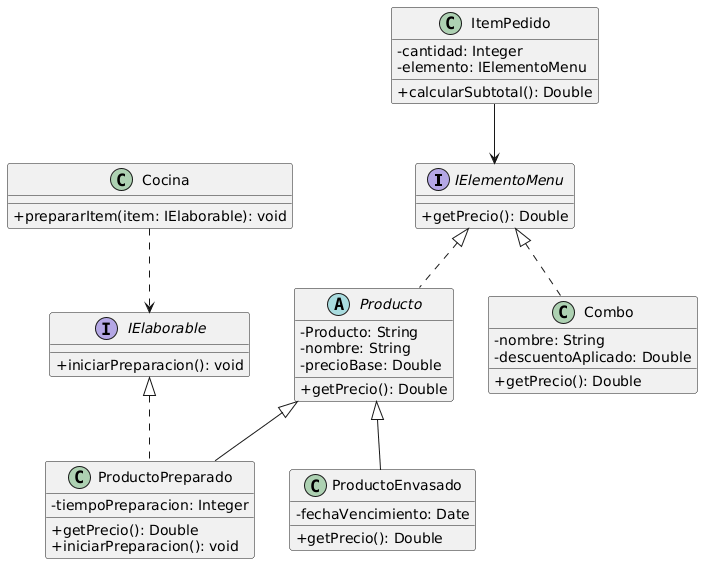
Above: diagramas/01-diagrama-clases/01-solid-03-lsp.png in eloeyhe/SistemaPedidos (PlantUML), before the change.
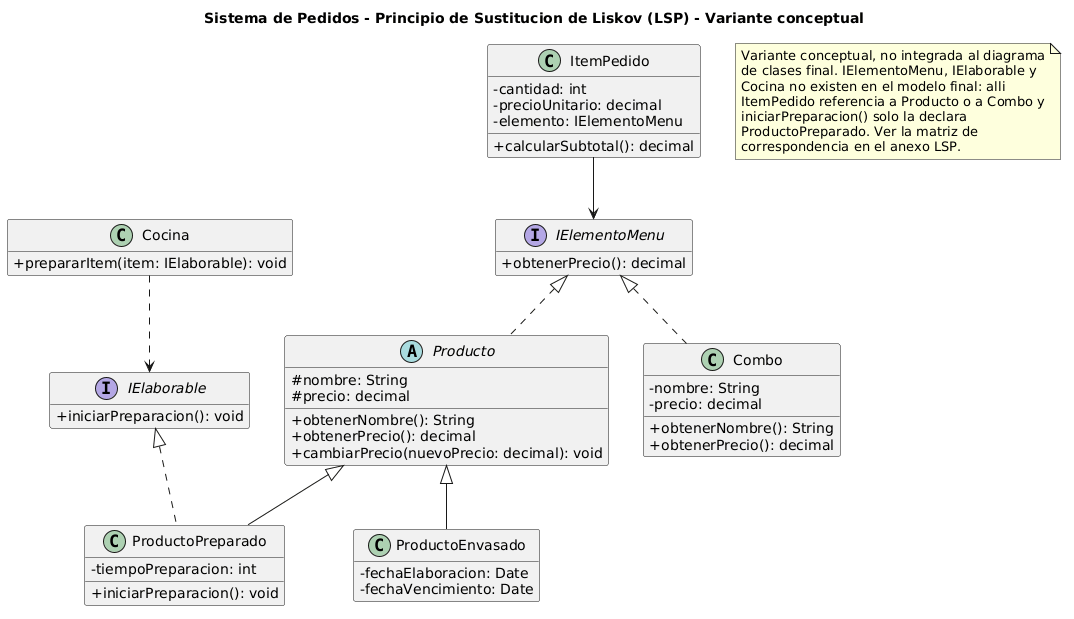
After the change.

Change to the diagram source:
```diff
@@ -1,20 +1,24 @@
 @startuml
+title Sistema de Pedidos - Principio de Sustitucion de Liskov (LSP) - Variante conceptual
+
 skinparam classAttributeIconSize 0
+hide empty members
 
 interface IElementoMenu {
-    + getPrecio(): Double
+    + obtenerPrecio(): decimal
 }
 
 abstract class Producto implements IElementoMenu {
-    - Producto: String
-    - nombre: String
-    - precioBase: Double
-    + getPrecio(): Double
+    # nombre: String
+    # precio: decimal
+    + obtenerNombre(): String
+    + obtenerPrecio(): decimal
+    + cambiarPrecio(nuevoPrecio: decimal): void
 }
 
 class ProductoEnvasado extends Producto {
+    - fechaElaboracion: Date
     - fechaVencimiento: Date
-    + getPrecio(): Double
 }
 
 interface IElaborable {
@@ -22,21 +26,22 @@
 }
 
 class ProductoPreparado extends Producto implements IElaborable {
-    - tiempoPreparacion: Integer
-    + getPrecio(): Double
+    - tiempoPreparacion: int
     + iniciarPreparacion(): void
 }
 
 class Combo implements IElementoMenu {
     - nombre: String
-    - descuentoAplicado: Double
-    + getPrecio(): Double
+    - precio: decimal
+    + obtenerNombre(): String
+    + obtenerPrecio(): decimal
 }
 
 class ItemPedido {
-    - cantidad: Integer
+    - cantidad: int
+    - precioUnitario: decimal
     - elemento: IElementoMenu
-    + calcularSubtotal(): Double
+    + calcularSubtotal(): decimal
 }
 
 class Cocina {
@@ -45,4 +50,14 @@
 
 ItemPedido --> IElementoMenu
 Cocina ..> IElaborable
+
+note as Alcance
+  Variante conceptual, no integrada al diagrama
+  de clases final. IElementoMenu, IElaborable y
+  Cocina no existen en el modelo final: alli
+  ItemPedido referencia a Producto o a Combo y
+  iniciarPreparacion() solo la declara
+  ProductoPreparado. Ver la matriz de
+  correspondencia en el anexo LSP.
+end note
 @enduml
```
